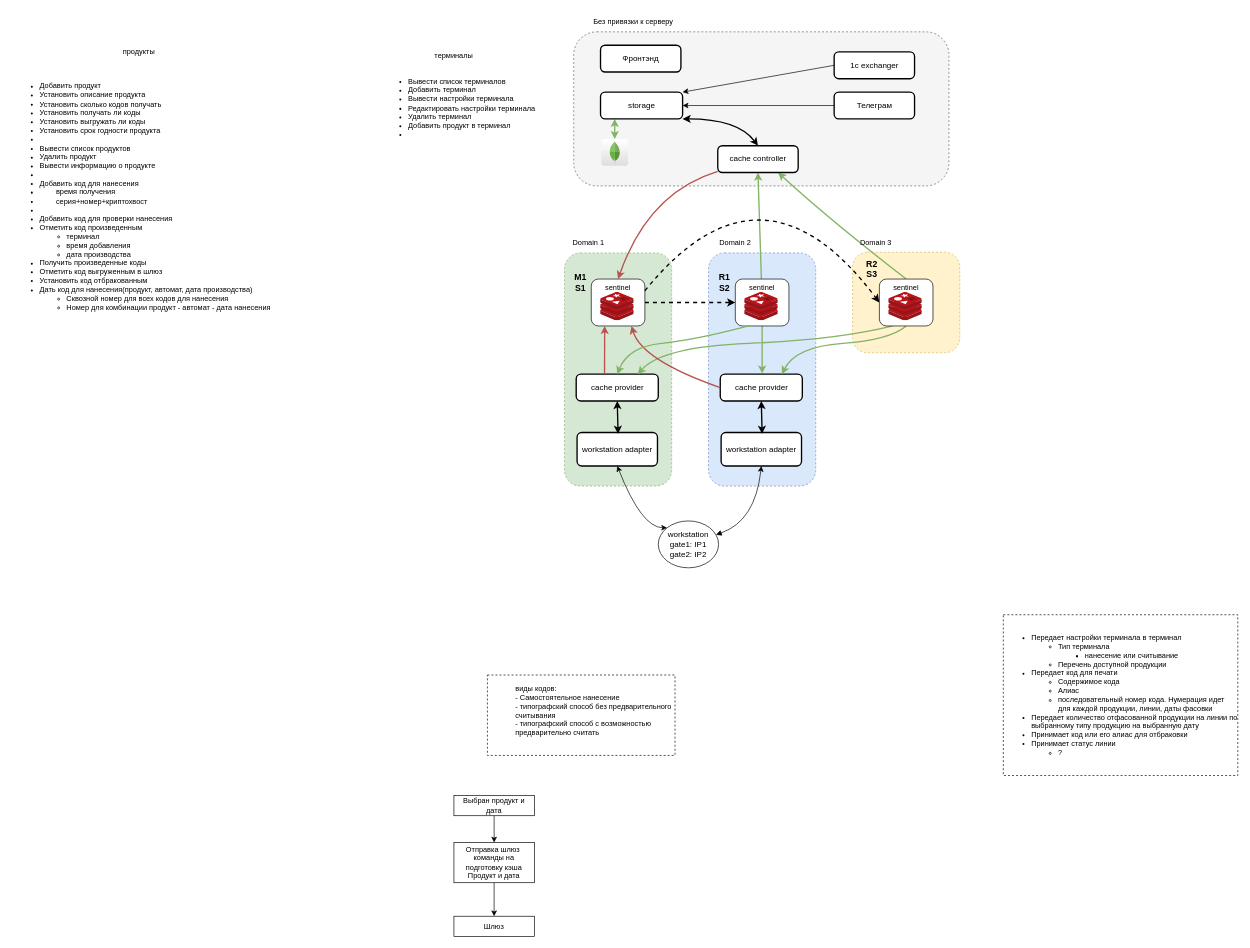
Before: arch.drawio in anatolypaw/molocode, a draw.io diagram. Source tidied: cells renumbered, new cells numbered last; positions are measured from the earlier drawing's top-left corner, leaving out a move shared by most shapes. Both pictures are drawn from the tidied source at 67%, with x=0, y=0 at pixel (11, 11).
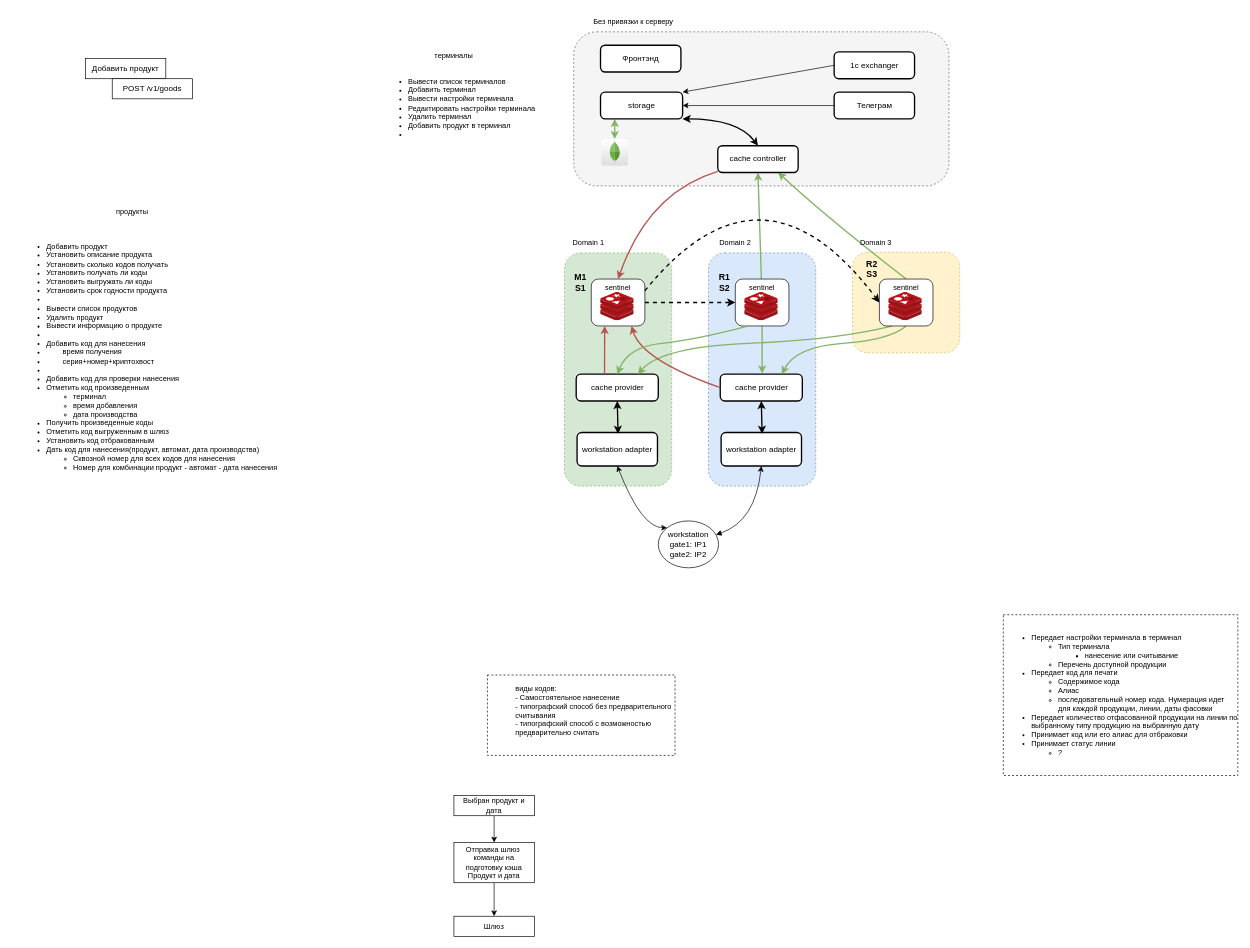
The same diagram, later.

The edit, as a diff of the source:
```diff
@@
     <mxCell id="57" value="&lt;div&gt;&lt;br&gt;&lt;/div&gt;&lt;ul&gt;&lt;li&gt;Добавить продукт&lt;/li&gt;&lt;li&gt;&lt;span style=&quot;background-color: initial;&quot;&gt;Установить описание продукта&lt;/span&gt;&lt;br&gt;&lt;/li&gt;&lt;li&gt;&lt;span style=&quot;background-color: initial;&quot;&gt;Установить сколько кодов получать&lt;/span&gt;&lt;br&gt;&lt;/li&gt;&lt;li&gt;&lt;span style=&quot;background-color: initial;&quot;&gt;Установить получать ли коды&lt;/span&gt;&lt;br&gt;&lt;/li&gt;&lt;li&gt;&lt;span style=&quot;background-color: initial;&quot;&gt;Установить выгружать ли коды&lt;/span&gt;&lt;br&gt;&lt;/li&gt;&lt;li&gt;&lt;span style=&quot;background-color: initial;&quot;&gt;Установить срок годности продукта&lt;/span&gt;&lt;br&gt;&lt;/li&gt;&lt;li style=&quot;border-color: var(--border-color);&quot;&gt;&lt;br&gt;&lt;/li&gt;&lt;li style=&quot;border-color: var(--border-color);&quot;&gt;Вывести список продуктов&lt;/li&gt;&lt;li&gt;Удалить продукт&lt;/li&gt;&lt;li&gt;Вывести информацию о продукте&lt;/li&gt;&lt;li&gt;&amp;nbsp;&lt;/li&gt;&lt;li&gt;Добавить код для нанесения&lt;/li&gt;&lt;li&gt;&lt;span style=&quot;background-color: initial;&quot;&gt;&lt;span style=&quot;white-space: pre;&quot;&gt;&#9;&lt;/span&gt;время получения&lt;/span&gt;&lt;br&gt;&lt;/li&gt;&lt;li&gt;&lt;span style=&quot;background-color: initial;&quot;&gt;&lt;span style=&quot;white-space: pre;&quot;&gt;&#9;&lt;/span&gt;серия+номер+криптохвост&lt;/span&gt;&lt;br&gt;&lt;/li&gt;&lt;li&gt;&lt;span style=&quot;background-color: initial;&quot;&gt;&lt;br&gt;&lt;/span&gt;&lt;/li&gt;&lt;li&gt;Добавить код для проверки нанесения&lt;/li&gt;&lt;li&gt;Отметить код произведенным&lt;/li&gt;&lt;ul&gt;&lt;li&gt;терминал&lt;/li&gt;&lt;li&gt;время добавления&lt;/li&gt;&lt;li&gt;дата производства&lt;/li&gt;&lt;/ul&gt;&lt;li&gt;Получить произведенные коды&lt;/li&gt;&lt;li&gt;Отметить код выгруженным в шлюз&lt;/li&gt;&lt;li&gt;Установить код отбракованным&lt;/li&gt;&lt;li&gt;Дать код для нанесения(продукт, автомат, дата производства)&lt;/li&gt;&lt;ul&gt;&lt;li&gt;Сквозной номер для всех кодов для нанесения&lt;/li&gt;&lt;li&gt;Номер для комбинации продукт - автомат - дата нанесения&lt;/li&gt;&lt;/ul&gt;&lt;/ul&gt;&lt;ul&gt;&lt;/ul&gt;" style="text;html=1;strokeColor=none;fillColor=none;align=left;verticalAlign=top;whiteSpace=wrap;rounded=0;fontSize=11;fontFamily=Helvetica;fontColor=default;" parent="1" vertex="1">
-      <mxGeometry y="74" width="430" height="395" as="geometry" />
+      <mxGeometry x="10" y="313" width="430" height="395" as="geometry" />
     </mxCell>
@@
     <mxCell id="59" value="продукты" style="text;html=1;strokeColor=none;fillColor=none;align=center;verticalAlign=middle;whiteSpace=wrap;rounded=0;fontSize=11;fontFamily=Helvetica;fontColor=default;" parent="1" vertex="1">
-      <mxGeometry x="160" y="44" width="60" height="30" as="geometry" />
+      <mxGeometry x="150" y="283" width="60" height="30" as="geometry" />
     </mxCell>
+    <mxCell id="60" value="Добавить продукт" style="rounded=0;whiteSpace=wrap;html=1;" parent="1" vertex="1">
+      <mxGeometry x="110" y="70" width="120" height="30" as="geometry" />
+    </mxCell>
+    <mxCell id="61" value="POST /v1/goods" style="rounded=0;whiteSpace=wrap;html=1;" parent="1" vertex="1">
+      <mxGeometry x="150" y="100" width="120" height="30" as="geometry" />
+    </mxCell>
```
